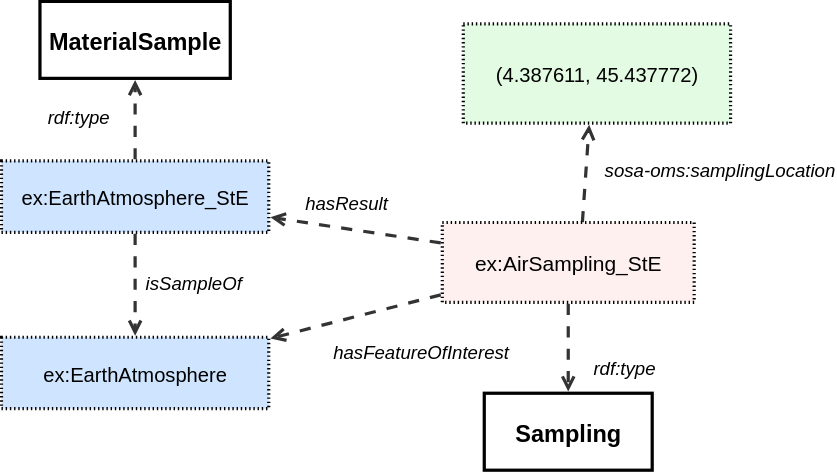
Earlier version of the draw.io export ssn/images/LocatedSampling.svg (w3c/sdw-sosa-ssn). Source tidied: cells renumbered, new cells last; positions are measured from the earlier drawing's top-left corner, leaving out a move shared by most shapes.
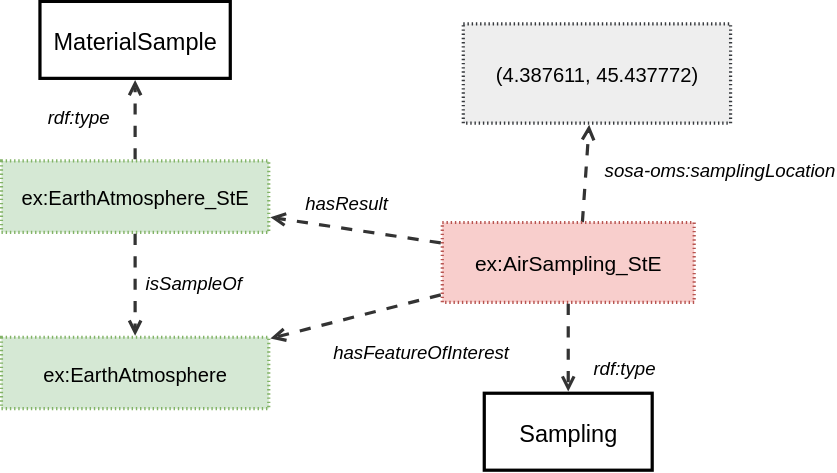
The same diagram one commit later.

The edit, as a diff of the source:
```diff
@@ -2,10 +2,10 @@
   <root>
     <mxCell id="0" />
     <mxCell id="1" parent="0" />
-    <mxCell id="2" value="&lt;font&gt;ex:EarthAtmosphere_StE&lt;/font&gt;" style="html=1;overflow=block;blockSpacing=1;whiteSpace=wrap;fontSize=14.4;fontFamily=Helvetica;fontColor=default;align=center;spacing=0;strokeOpacity=100;fillOpacity=100;fillColor=#cfe4ff;dashed=1;fixDash=1;dashPattern=1 2;strokeWidth=2.3;convertToSvg=1;" parent="1" vertex="1">
+    <mxCell id="2" value="&lt;font&gt;ex:EarthAtmosphere_StE&lt;/font&gt;" style="html=1;overflow=block;blockSpacing=1;whiteSpace=wrap;fontSize=14.4;fontFamily=Helvetica;align=center;spacing=0;strokeOpacity=100;fillOpacity=100;fillColor=#d5e8d4;dashed=1;fixDash=1;dashPattern=1 2;strokeWidth=2.3;convertToSvg=1;strokeColor=#82b366;" parent="1" vertex="1">
       <mxGeometry y="114" width="191" height="51" as="geometry" />
     </mxCell>
-    <mxCell id="3" value="MaterialSample" style="html=1;overflow=block;blockSpacing=1;whiteSpace=wrap;fontSize=16.8;fontColor=default;fontStyle=1;align=center;spacing=0;strokeOpacity=100;fillOpacity=0;fillColor=#000000;strokeWidth=2.3;convertToSvg=1;fontFamily=Helvetica;" parent="1" vertex="1">
+    <mxCell id="3" value="MaterialSample" style="html=1;overflow=block;blockSpacing=1;whiteSpace=wrap;fontSize=16.8;fontColor=default;fontStyle=0;align=center;spacing=0;strokeOpacity=100;fillOpacity=0;fillColor=#000000;strokeWidth=2.3;convertToSvg=1;fontFamily=Helvetica;" parent="1" vertex="1">
       <mxGeometry x="27.5" width="136" height="55" as="geometry" />
     </mxCell>
     <mxCell id="4" value="rdf:type" style="html=1;overflow=block;blockSpacing=1;whiteSpace=wrap;fontSize=13.3;fontStyle=2;align=left;spacing=3.8;verticalAlign=top;strokeColor=none;fillOpacity=0;fillColor=#ffffff;dashed=1;fixDash=1;dashPattern=16 6;strokeWidth=0;lucidId=A-tLJZ_WLiK6;fontColor=default;convertToSvg=1;fontFamily=Helvetica;" parent="1" vertex="1">
@@ -14,7 +14,7 @@
     <mxCell id="5" style="html=1;jettySize=18;whiteSpace=wrap;fontSize=13;strokeColor=#333333;strokeOpacity=100;dashed=1;fixDash=1;dashPattern=8 8;strokeWidth=2.3;rounded=0;startArrow=none;endArrow=open;exitX=0.5;exitY=-0.022;exitPerimeter=0;entryX=0.5;entryY=1.021;entryPerimeter=0;lucidId=A-tLlVsy8QA~;fontColor=default;convertToSvg=1;fontFamily=Helvetica;" parent="1" edge="1" source="2" target="3">
       <mxGeometry relative="1" as="geometry" />
     </mxCell>
-    <mxCell id="6" value="&lt;font&gt;(4.387611, 45.437772)&lt;/font&gt;" style="points=[[0.471,1.016,0]];html=1;overflow=block;blockSpacing=1;whiteSpace=wrap;fontSize=14.4;fontFamily=Helvetica;fontColor=default;align=center;spacing=0;strokeOpacity=100;fillOpacity=100;fillColor=#e3fae3;dashed=1;fixDash=1;dashPattern=1 2;strokeWidth=2.3;convertToSvg=1;" parent="1" vertex="1">
+    <mxCell id="6" value="&lt;font&gt;(4.387611, 45.437772)&lt;/font&gt;" style="points=[[0.471,1.016,0]];html=1;overflow=block;blockSpacing=1;whiteSpace=wrap;fontSize=14.4;fontFamily=Helvetica;align=center;spacing=0;strokeOpacity=100;fillOpacity=100;fillColor=#eeeeee;dashed=1;fixDash=1;dashPattern=1 2;strokeWidth=2.3;convertToSvg=1;strokeColor=#36393d;" parent="1" vertex="1">
       <mxGeometry x="330" y="16" width="191" height="71" as="geometry" />
     </mxCell>
     <mxCell id="7" style="html=1;jettySize=18;whiteSpace=wrap;fontSize=13;strokeColor=#333333;strokeOpacity=100;dashed=1;fixDash=1;dashPattern=8 8;strokeWidth=2.3;rounded=0;startArrow=none;endArrow=open;exitX=0.55;exitY=0.278;exitPerimeter=0;entryX=0.471;entryY=1.016;entryPerimeter=0;lucidId=A-tLJ03LX-C-;fontColor=default;convertToSvg=1;fontFamily=Helvetica;" parent="1" edge="1" source="12" target="6">
@@ -23,7 +23,7 @@
     <mxCell id="8" value="sosa-oms:samplingLocation" style="html=1;overflow=block;blockSpacing=1;whiteSpace=wrap;fontSize=13.3;fontStyle=2;align=left;spacing=3.8;verticalAlign=top;strokeColor=none;fillOpacity=0;fillColor=#ffffff;dashed=1;fixDash=1;dashPattern=16 6;strokeWidth=0;lucidId=A-tLXsr12cKE;fontColor=default;convertToSvg=1;fontFamily=Helvetica;" parent="1" vertex="1">
       <mxGeometry x="428" y="110" width="101" height="24" as="geometry" />
     </mxCell>
-    <mxCell id="9" value="&lt;font&gt;ex:EarthAtmosphere&lt;/font&gt;" style="html=1;overflow=block;blockSpacing=1;whiteSpace=wrap;fontSize=14.4;fontFamily=Helvetica;fontColor=default;align=center;spacing=0;strokeOpacity=100;fillOpacity=100;fillColor=#cfe4ff;dashed=1;fixDash=1;dashPattern=1 2;strokeWidth=2.3;convertToSvg=1;" parent="1" vertex="1">
+    <mxCell id="9" value="&lt;font&gt;ex:EarthAtmosphere&lt;/font&gt;" style="html=1;overflow=block;blockSpacing=1;whiteSpace=wrap;fontSize=14.4;fontFamily=Helvetica;align=center;spacing=0;strokeOpacity=100;fillOpacity=100;fillColor=#d5e8d4;dashed=1;fixDash=1;dashPattern=1 2;strokeWidth=2.3;convertToSvg=1;strokeColor=#82b366;" parent="1" vertex="1">
       <mxGeometry y="240" width="191" height="51" as="geometry" />
     </mxCell>
     <mxCell id="10" style="html=1;jettySize=18;whiteSpace=wrap;fontSize=13;strokeColor=#333333;strokeOpacity=100;dashed=1;fixDash=1;dashPattern=8 8;strokeWidth=2.3;rounded=0;startArrow=none;endArrow=open;exitX=0.5;exitY=1.022;exitPerimeter=0;entryX=0.5;entryY=-0.022;entryPerimeter=0;lucidId=A-tL4dQTPhSz;fontColor=default;convertToSvg=1;fontFamily=Helvetica;" parent="1" edge="1" source="2" target="9">
@@ -32,7 +32,7 @@
     <mxCell id="11" value="isSampleOf" style="html=1;overflow=block;blockSpacing=1;whiteSpace=wrap;fontSize=13.3;fontStyle=2;align=left;spacing=3.8;verticalAlign=top;strokeColor=none;fillOpacity=0;fillColor=#ffffff;dashed=1;fixDash=1;dashPattern=16 6;strokeWidth=0;lucidId=A-tLC04_h~EB;fontColor=default;convertToSvg=1;fontFamily=Helvetica;" parent="1" vertex="1">
       <mxGeometry x="100" y="191" width="101" height="24" as="geometry" />
     </mxCell>
-    <mxCell id="12" value="&lt;font&gt;ex:AirSampling_StE&lt;/font&gt;" style="points=[[0.55,0.278,0]];html=1;overflow=block;blockSpacing=1;whiteSpace=wrap;fontSize=15;fontFamily=Helvetica;align=center;spacing=0;strokeOpacity=100;fillOpacity=100;fillColor=#fff0f0;dashed=1;fixDash=1;dashPattern=1 2;strokeWidth=2.3;fontColor=default;convertToSvg=1;" parent="1" vertex="1">
+    <mxCell id="12" value="&lt;font&gt;ex:AirSampling_StE&lt;/font&gt;" style="points=[[0.55,0.278,0]];html=1;overflow=block;blockSpacing=1;whiteSpace=wrap;fontSize=15;fontFamily=Helvetica;align=center;spacing=0;strokeOpacity=100;fillOpacity=100;fillColor=#f8cecc;dashed=1;fixDash=1;dashPattern=1 2;strokeWidth=2.3;convertToSvg=1;strokeColor=#b85450;" parent="1" vertex="1">
       <mxGeometry x="315" y="158" width="180" height="57" as="geometry" />
     </mxCell>
     <mxCell id="13" style="html=1;jettySize=18;whiteSpace=wrap;fontSize=13;strokeColor=#333333;strokeOpacity=100;dashed=1;fixDash=1;dashPattern=8 8;strokeWidth=2.3;rounded=0;startArrow=none;endArrow=open;exitX=-0.006;exitY=0.907;exitPerimeter=0;entryX=1.006;entryY=0.017;entryPerimeter=0;lucidId=m.tLpbR_ObS~;fontColor=default;convertToSvg=1;fontFamily=Helvetica;" parent="1" edge="1" source="12" target="9">
@@ -47,7 +47,7 @@
     <mxCell id="16" value="hasResult" style="html=1;overflow=block;blockSpacing=1;whiteSpace=wrap;fontSize=13.3;fontStyle=2;align=left;spacing=3.8;verticalAlign=top;strokeColor=none;fillOpacity=0;fillColor=#ffffff;dashed=1;fixDash=1;dashPattern=16 6;strokeWidth=0;lucidId=W.tLqPjniz9z;fontColor=default;convertToSvg=1;fontFamily=Helvetica;" parent="1" vertex="1">
       <mxGeometry x="214" y="134" width="101" height="24" as="geometry" />
     </mxCell>
-    <mxCell id="17" value="Sampling" style="html=1;overflow=block;blockSpacing=1;whiteSpace=wrap;fontSize=16.8;fontColor=default;fontStyle=1;align=center;spacing=0;strokeOpacity=100;fillOpacity=0;fillColor=#000000;strokeWidth=2.3;convertToSvg=1;fontFamily=Helvetica;" parent="1" vertex="1">
+    <mxCell id="17" value="Sampling" style="html=1;overflow=block;blockSpacing=1;whiteSpace=wrap;fontSize=16.8;fontColor=default;fontStyle=0;align=center;spacing=0;strokeOpacity=100;fillOpacity=0;fillColor=#000000;strokeWidth=2.3;convertToSvg=1;fontFamily=Helvetica;" parent="1" vertex="1">
       <mxGeometry x="345" y="280" width="120" height="55" as="geometry" />
     </mxCell>
     <mxCell id="18" style="html=1;jettySize=18;whiteSpace=wrap;fontSize=13;strokeColor=#333333;strokeOpacity=100;dashed=1;fixDash=1;dashPattern=8 8;strokeWidth=2.3;rounded=0;startArrow=none;endArrow=open;exitX=0.5;exitY=1.02;exitPerimeter=0;entryX=0.5;entryY=-0.021;entryPerimeter=0;lucidId=LuNLk8hMXrsJ;fontColor=default;convertToSvg=1;fontFamily=Helvetica;" parent="1" edge="1" source="12" target="17">
```
